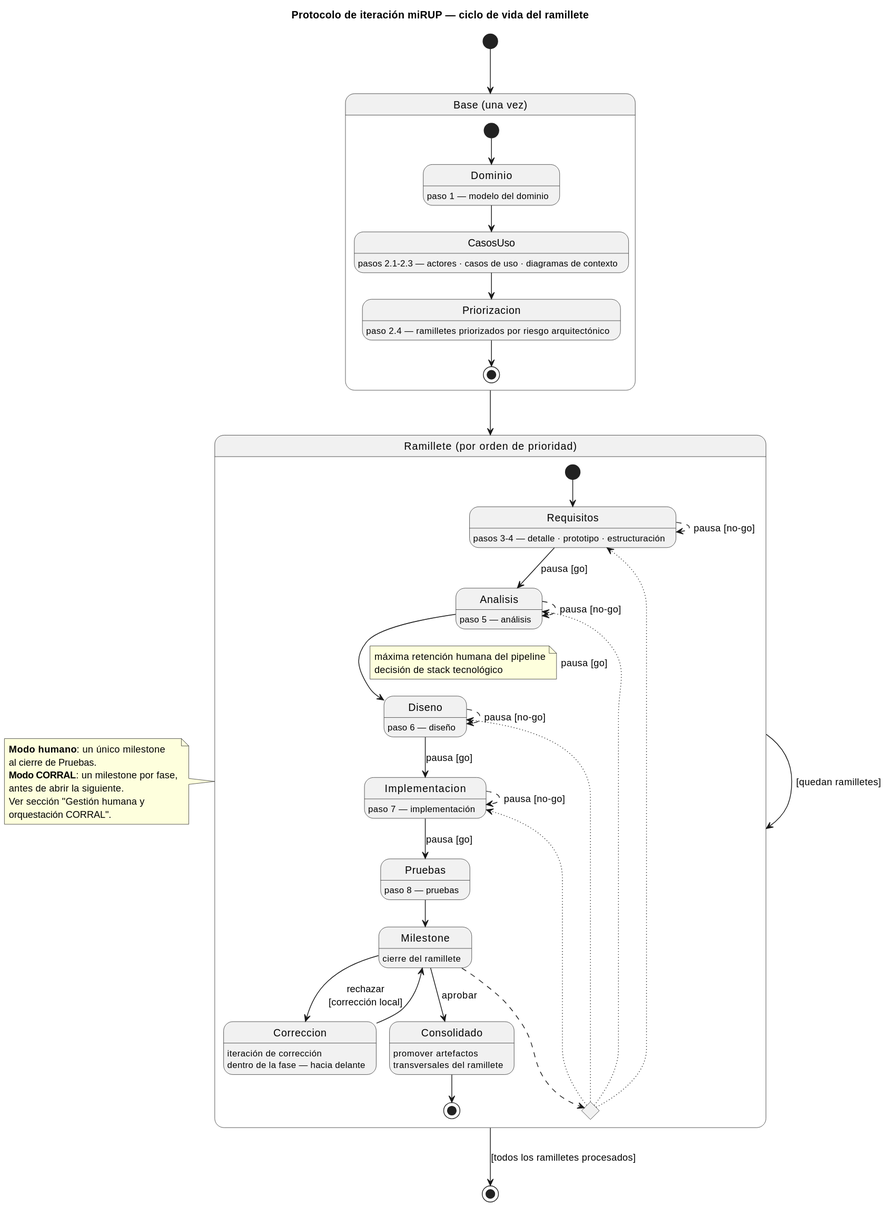
mmasias/mirup keeps this PlantUML diagram as images/modelosUML/protocolo-macro.svg. Above is the earlier version.
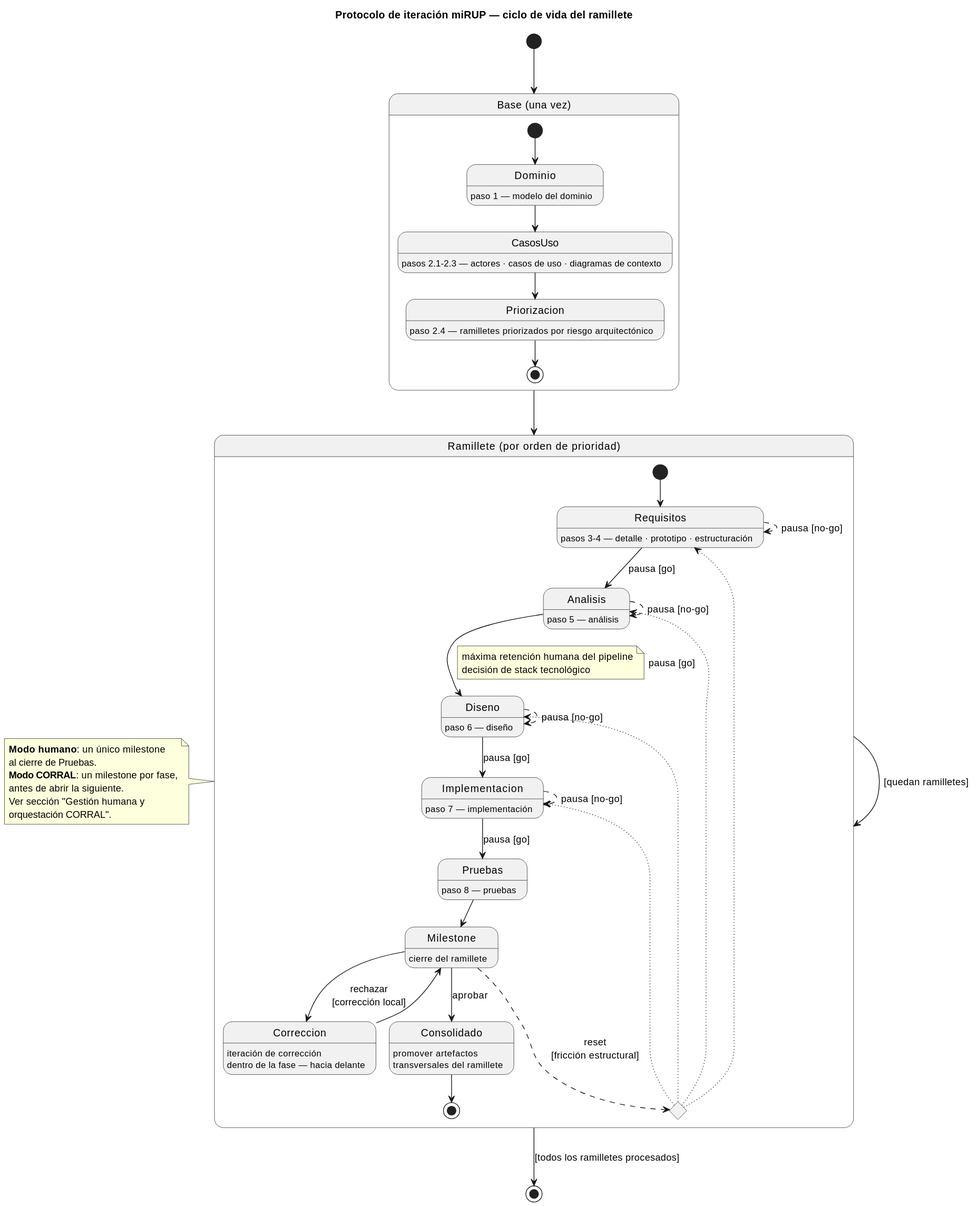
The same file after the commit.

Diff of the diagram source:
```diff
@@ -57,7 +57,7 @@
 
   state Reset <<choice>>
 
-  Milestone -[dashed]--> Reset
+  Milestone -[dashed]--> Reset : reset\n[fricción estructural]
 
   Reset -[dotted]--> Requisitos
   Reset -[dotted]--> Analisis
```
